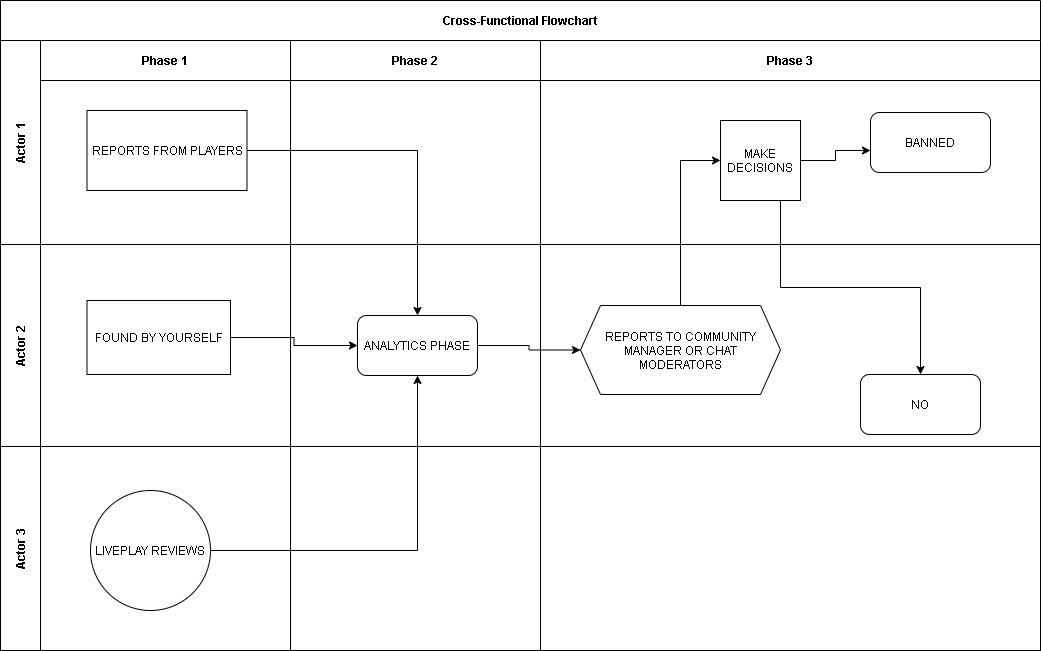
Earlier version of the draw.io export replaywatchers.png (troke12/mikrotik). Source tidied: cells renumbered, new cells last; positions are measured from the earlier drawing's top-left corner, leaving out a move shared by most shapes.
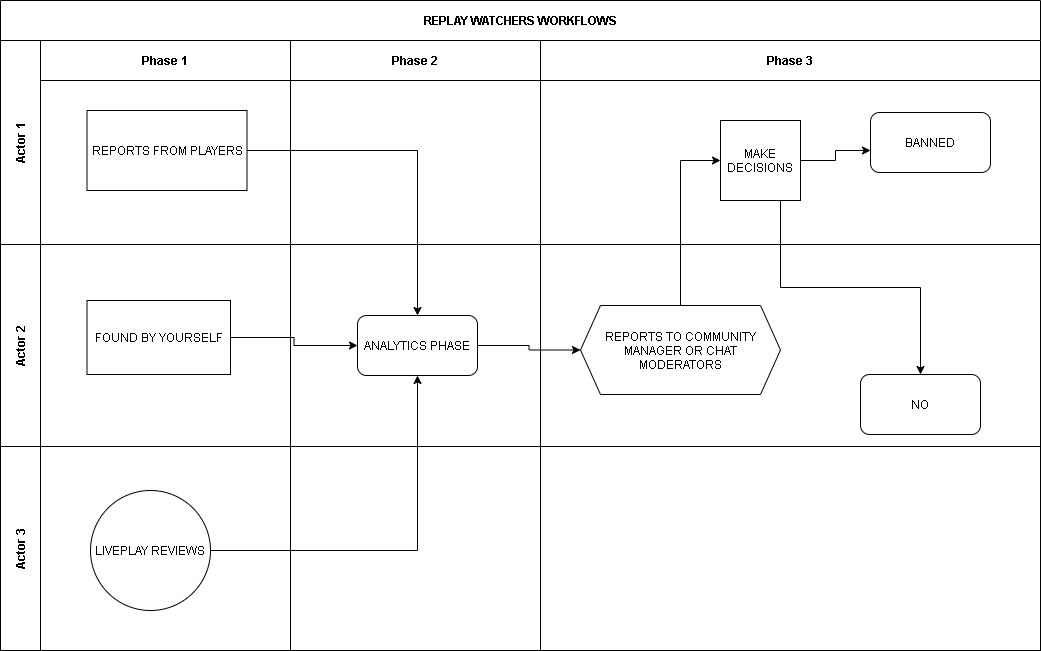
Later version of the same file.

What changed in the source:
```diff
@@ -2,7 +2,7 @@
   <root>
     <mxCell id="0" />
     <mxCell id="1" parent="0" />
-    <mxCell id="2" value="Cross-Functional Flowchart" style="shape=table;rowLines=0;columnLines=0;startSize=40;html=1;whiteSpace=wrap;fontStyle=1;align=center;" parent="1" vertex="1">
+    <mxCell id="2" value="REPLAY WATCHERS WORKFLOWS" style="shape=table;rowLines=0;columnLines=0;startSize=40;html=1;whiteSpace=wrap;fontStyle=1;align=center;" parent="1" vertex="1">
       <mxGeometry width="1040" height="650" as="geometry" />
     </mxCell>
     <mxCell id="3" value="Actor 1" style="swimlane;horizontal=0;startSize=40;html=1;whiteSpace=wrap;fontStyle=1;" parent="2" vertex="1">
```
